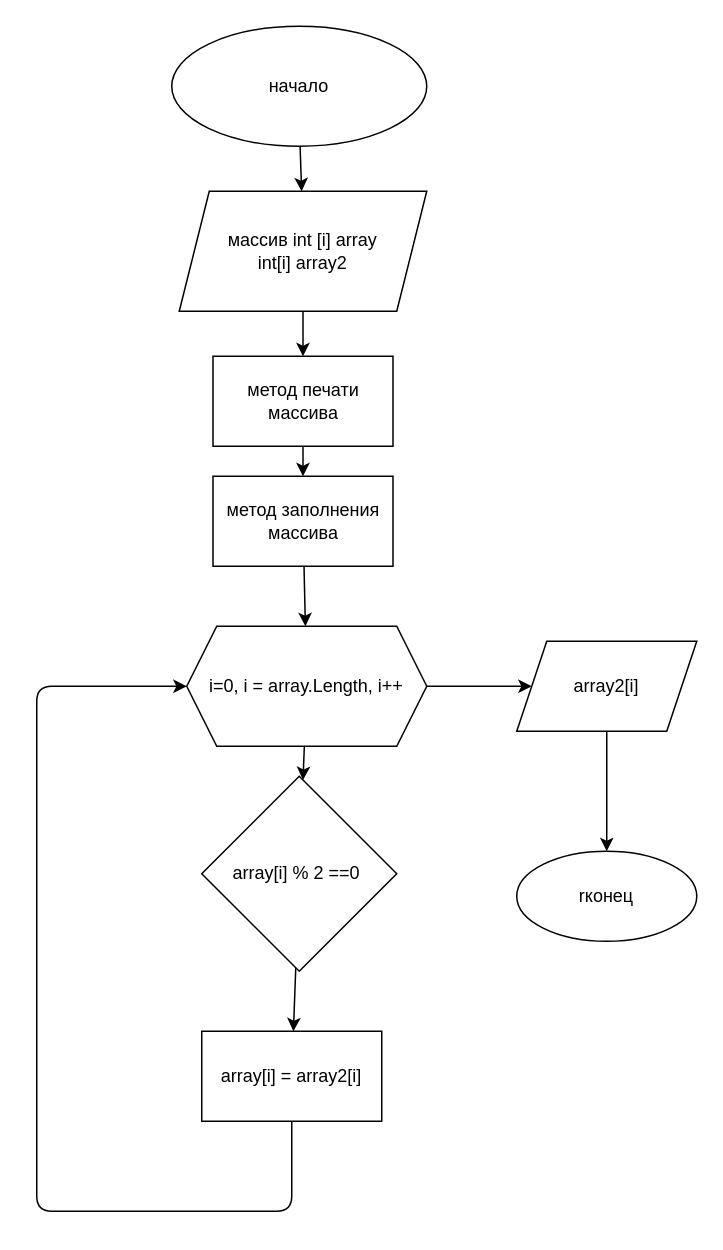
This is diagram.drawio from AnnaTsigip/final-work-C-, a draw.io file, before an edit. Source tidied: cells renumbered, new cells numbered last; positions are measured from the earlier drawing's top-left corner, leaving out a move shared by most shapes. Both pictures are drawn from the tidied source at 150%, with x=0, y=0 at pixel (36, 26).
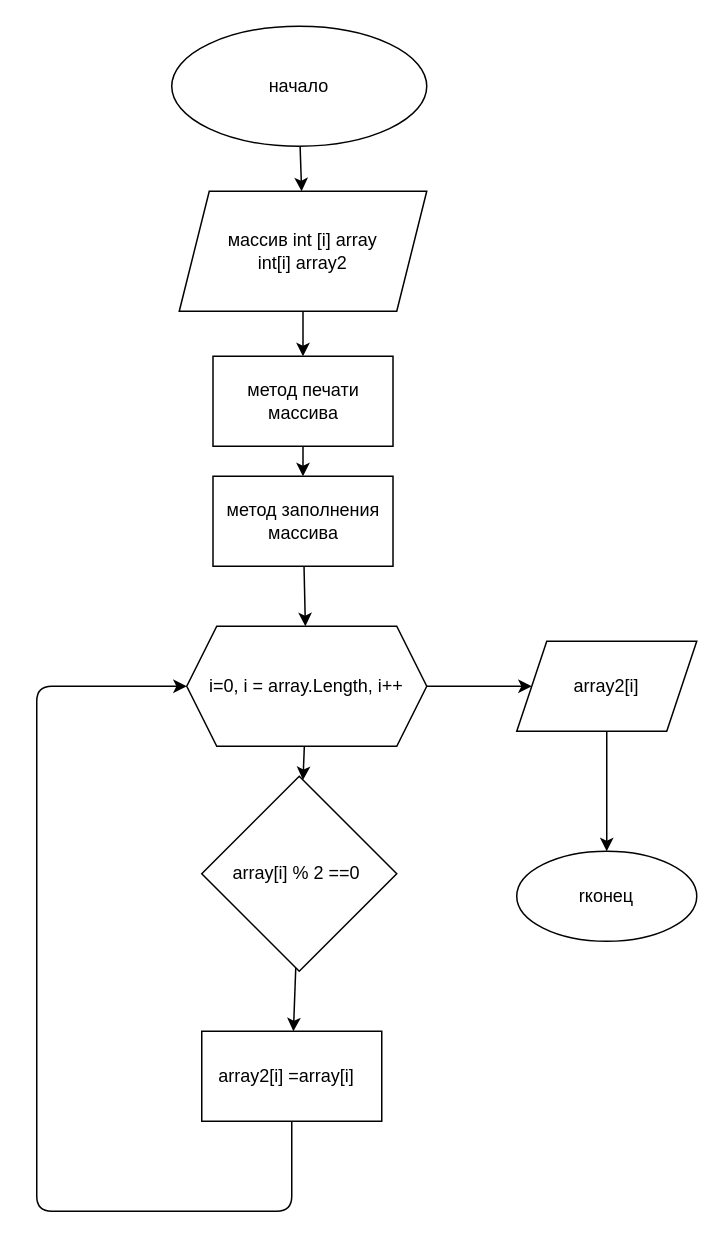
Above is the later version.

The edit, as a diff of the source:
```diff
@@
-    <mxCell id="16" value="array[i] = array2[i]" style="whiteSpace=wrap;html=1;" parent="1" vertex="1">
+    <mxCell id="16" value="array2[i] =array[i]&amp;nbsp;&amp;nbsp;" style="whiteSpace=wrap;html=1;" parent="1" vertex="1">
       <mxGeometry x="110" y="670" width="120" height="60" as="geometry" />
     </mxCell>
```
